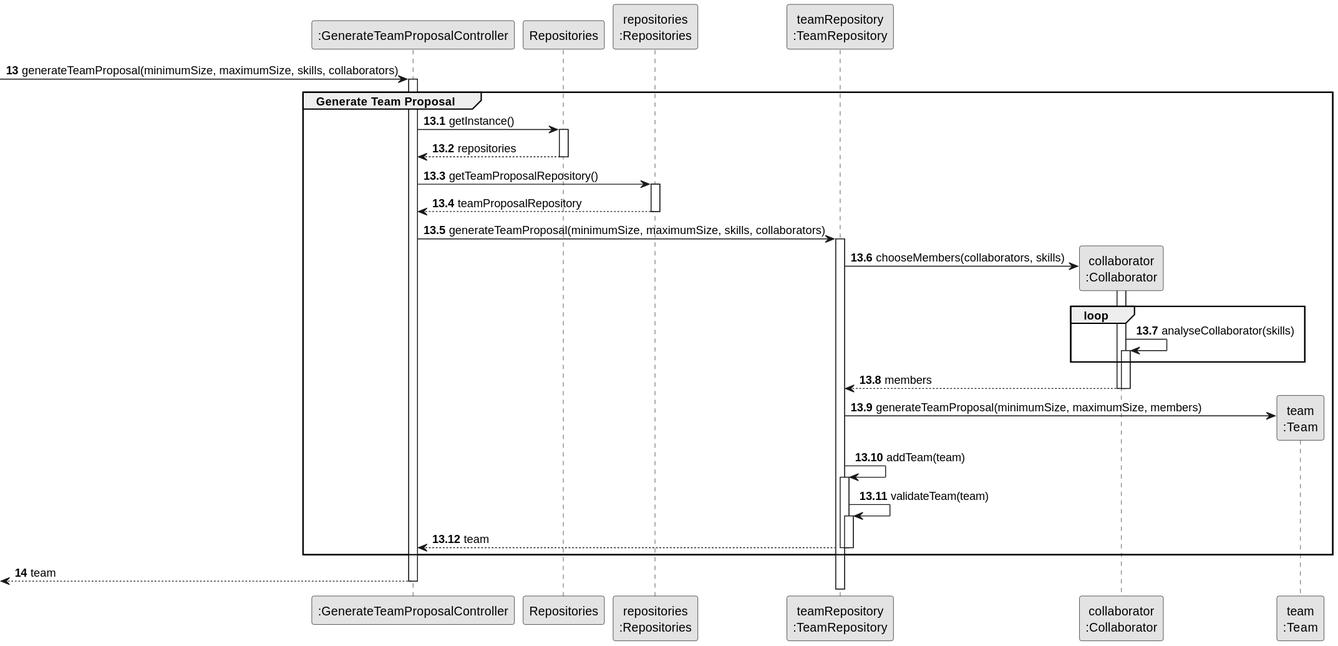
diogoveirospro/lei-24-s2-1dg-g072 keeps this PlantUML diagram as docs/sprintC/us005/03.design/svg/us005-sequence-diagram-partial-generate-team-proposal.svg. Above is the earlier version. The source it was exported from:
```plantuml
@startuml
skinparam monochrome true
skinparam packageStyle rectangle
skinparam shadowing false

participant ":GenerateTeamProposalController" as CTRL
participant Repositories
participant "repositories\n:Repositories" as REP
participant "teamRepository\n:TeamRepository" as TEAMREP
participant "collaborator\n:Collaborator" as COLLAB
participant "team\n:Team" as team

autonumber 13
-> CTRL : generateTeamProposal(minimumSize, maximumSize, skills, collaborators)

autonumber 13.1

activate CTRL
    group Generate Team Proposal

        CTRL -> Repositories: getInstance()
        activate Repositories

            Repositories --> CTRL: repositories
        deactivate Repositories

        CTRL -> REP: getTeamProposalRepository()
        activate REP

            REP --> CTRL: teamProposalRepository
        deactivate REP

        CTRL -> TEAMREP: generateTeamProposal(minimumSize, maximumSize, skills, collaborators)
        activate TEAMREP

            TEAMREP -> COLLAB**: chooseMembers(collaborators, skills)
            activate COLLAB

            loop

                COLLAB -> COLLAB: analyseCollaborator(skills)
                activate COLLAB

            end
                COLLAB --> TEAMREP: members
                deactivate COLLAB

            deactivate COLLAB

            TEAMREP -> team**: generateTeamProposal(minimumSize, maximumSize, members)

                TEAMREP -> TEAMREP : addTeam(team)
                activate TEAMREP

                TEAMREP -> TEAMREP : validateTeam(team)
                activate TEAMREP

            TEAMREP --> CTRL: team

                deactivate TEAMREP

                deactivate TEAMREP
    end group

    autonumber 14
    <-- CTRL : team

deactivate CTRL
@enduml
```
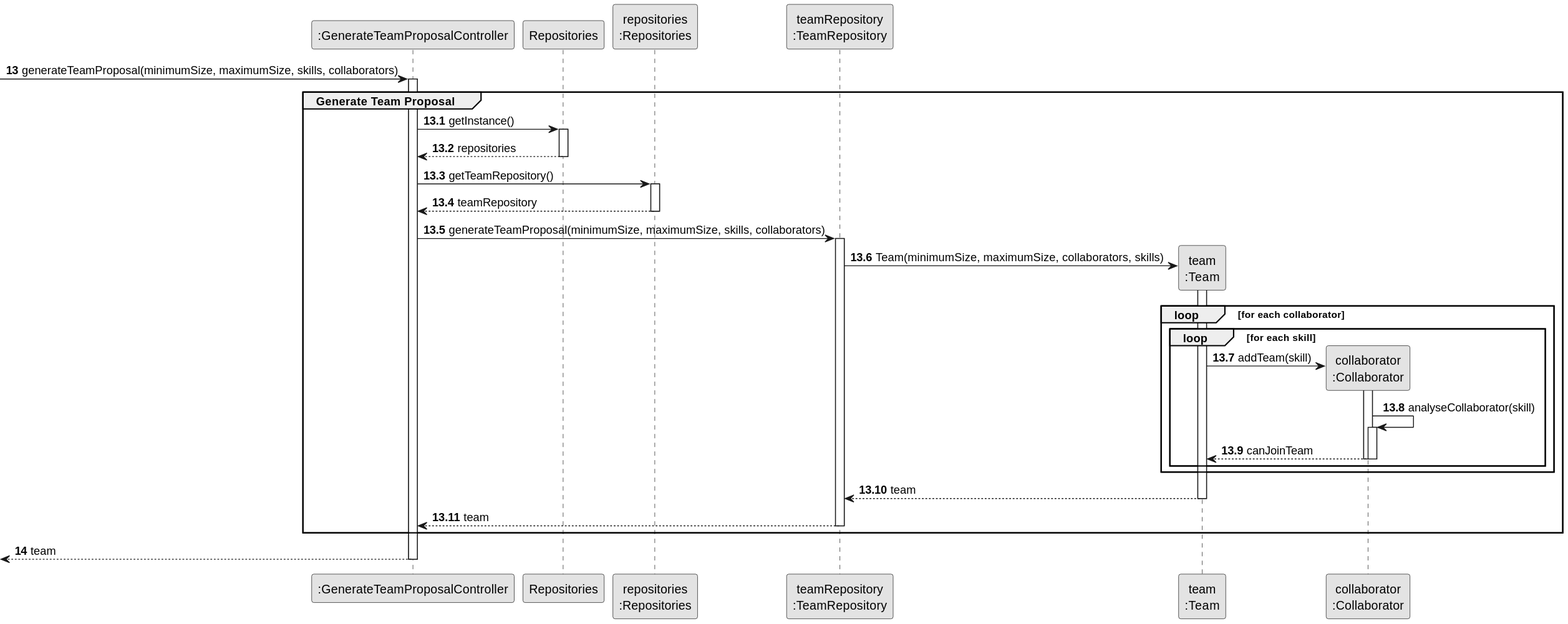
After the change.

What changed in the source:
```diff
@@ -7,8 +7,8 @@
 participant Repositories
 participant "repositories\n:Repositories" as REP
 participant "teamRepository\n:TeamRepository" as TEAMREP
+participant "team\n:Team" as TEAM
 participant "collaborator\n:Collaborator" as COLLAB
-participant "team\n:Team" as team
 
 autonumber 13
 -> CTRL : generateTeamProposal(minimumSize, maximumSize, skills, collaborators)
@@ -18,48 +18,47 @@
 activate CTRL
     group Generate Team Proposal
 
-        CTRL -> Repositories: getInstance()
-        activate Repositories
+    CTRL -> Repositories: getInstance()
+    activate Repositories
 
-            Repositories --> CTRL: repositories
-        deactivate Repositories
+        Repositories --> CTRL: repositories
+    deactivate Repositories
 
-        CTRL -> REP: getTeamProposalRepository()
-        activate REP
+    CTRL -> REP: getTeamRepository()
+    activate REP
 
-            REP --> CTRL: teamProposalRepository
-        deactivate REP
+        REP --> CTRL: teamRepository
+    deactivate REP
 
-        CTRL -> TEAMREP: generateTeamProposal(minimumSize, maximumSize, skills, collaborators)
-        activate TEAMREP
+    CTRL -> TEAMREP: generateTeamProposal(minimumSize, maximumSize, skills, collaborators)
+    activate TEAMREP
 
-            TEAMREP -> COLLAB**: chooseMembers(collaborators, skills)
+        TEAMREP -> TEAM**: Team(minimumSize, maximumSize, collaborators, skills)
+        activate TEAM
+
+            loop for each collaborator
+            loop for each skill
+
+            TEAM -> COLLAB**: addTeam(skill)
             activate COLLAB
 
-            loop
+            COLLAB -> COLLAB: analyseCollaborator(skill)
+            activate COLLAB
 
-                COLLAB -> COLLAB: analyseCollaborator(skills)
-                activate COLLAB
-
-            end
-                COLLAB --> TEAMREP: members
-                deactivate COLLAB
+            COLLAB --> TEAM: canJoinTeam
+            deactivate COLLAB
 
             deactivate COLLAB
 
-            TEAMREP -> team**: generateTeamProposal(minimumSize, maximumSize, members)
+            end
 
-                TEAMREP -> TEAMREP : addTeam(team)
-                activate TEAMREP
+            end
 
-                TEAMREP -> TEAMREP : validateTeam(team)
-                activate TEAMREP
+            TEAM --> TEAMREP: team
+            deactivate TEAM
 
             TEAMREP --> CTRL: team
-
-                deactivate TEAMREP
-
-                deactivate TEAMREP
+            deactivate TEAMREP
     end group
 
     autonumber 14
```
